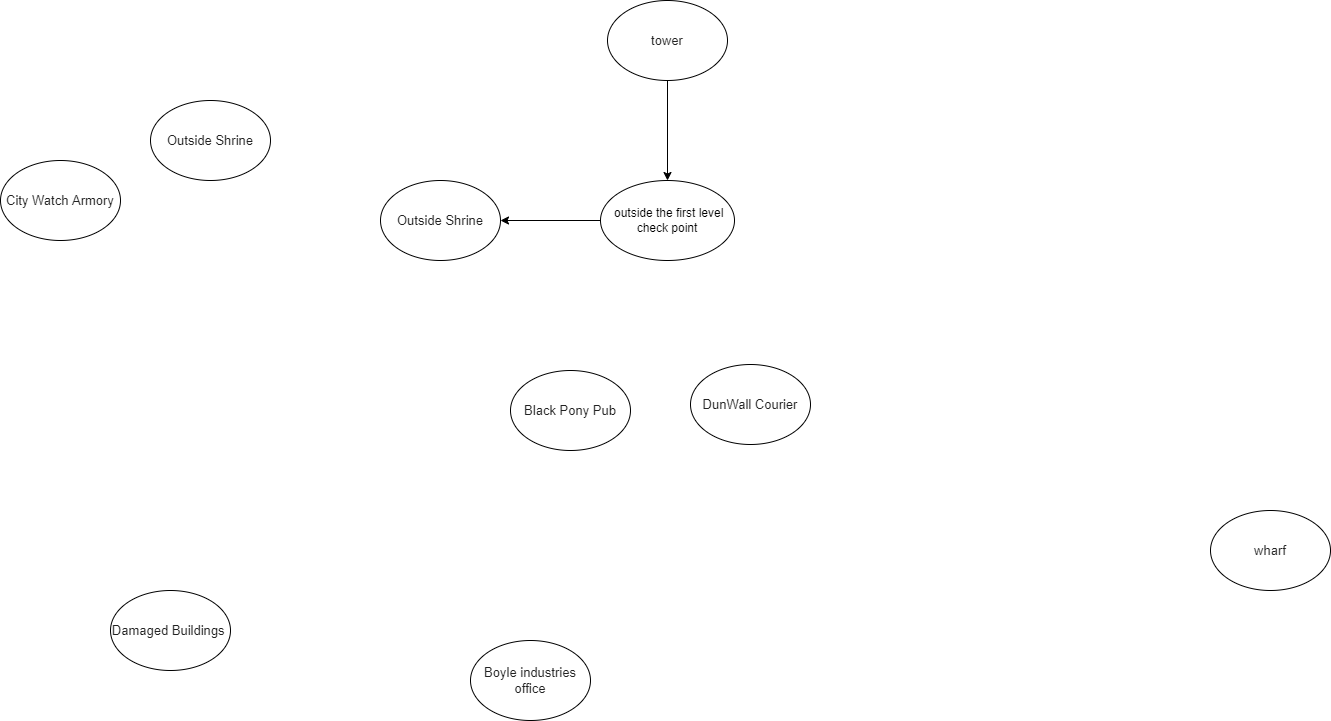
This is Dis2.drawio.png from forthegame/ANU2024, a draw.io export, as it was before one commit. Source tidied: cells renumbered, new cells last; positions are measured from the earlier drawing's top-left corner, leaving out a move shared by most shapes.
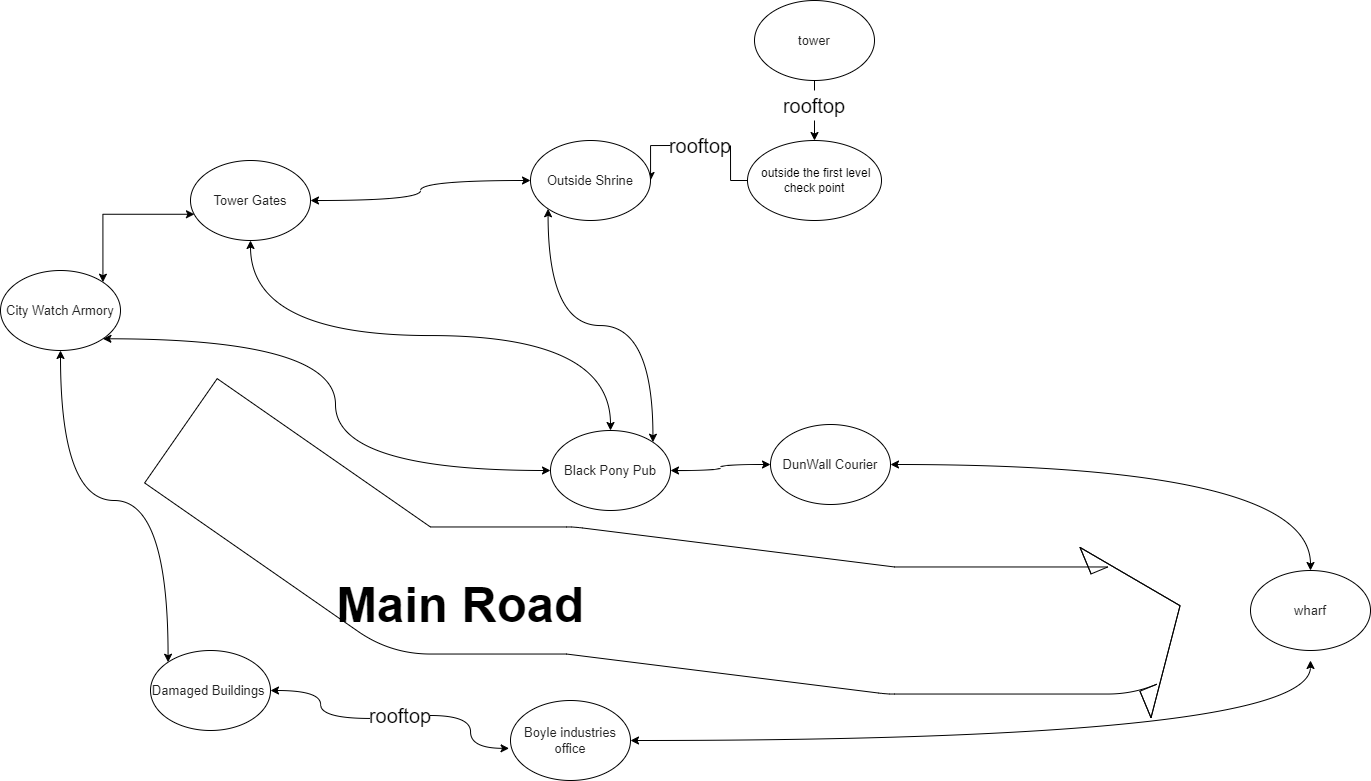
The same file after the commit.

Change to the diagram source:
```diff
@@ -2,41 +2,110 @@
   <root>
     <mxCell id="0" />
     <mxCell id="1" parent="0" />
-    <mxCell id="2" style="edgeStyle=orthogonalEdgeStyle;rounded=0;jettySize=auto;html=1;exitX=0.5;exitY=1;exitDx=0;exitDy=0;entryX=0.5;entryY=0;entryDx=0;entryDy=0;" parent="1" edge="1" source="3" target="5">
+    <mxCell id="2" style="edgeStyle=orthogonalEdgeStyle;rounded=0;jettySize=auto;html=1;exitX=0.5;exitY=1;exitDx=0;exitDy=0;entryX=0.5;entryY=0;entryDx=0;entryDy=0;startArrow=none;" parent="1" edge="1" source="28" target="5">
       <mxGeometry relative="1" as="geometry" />
     </mxCell>
     <mxCell id="3" value="&lt;span style=&quot;color: rgb(34 , 34 , 34) ; font-family: &amp;#34;arial&amp;#34; , sans-serif ; font-size: 13px ; background-color: rgb(255 , 255 , 255)&quot;&gt;tower&lt;/span&gt;" style="ellipse;whiteSpace=wrap;html=1;" parent="1" vertex="1">
-      <mxGeometry x="607" width="120" height="80" as="geometry" />
+      <mxGeometry x="714" y="-60" width="120" height="80" as="geometry" />
     </mxCell>
-    <mxCell id="4" style="edgeStyle=orthogonalEdgeStyle;rounded=0;jettySize=auto;html=1;exitX=0;exitY=0.5;exitDx=0;exitDy=0;entryX=1;entryY=0.5;entryDx=0;entryDy=0;" parent="1" edge="1" source="5" target="6">
+    <mxCell id="4" style="edgeStyle=orthogonalEdgeStyle;rounded=0;jettySize=auto;html=1;exitX=0;exitY=0.5;exitDx=0;exitDy=0;entryX=1;entryY=0.5;entryDx=0;entryDy=0;startArrow=none;" parent="1" edge="1" source="26" target="6">
       <mxGeometry relative="1" as="geometry" />
     </mxCell>
     <mxCell id="5" value="&amp;nbsp;outside the first level check point" style="ellipse;whiteSpace=wrap;html=1;" parent="1" vertex="1">
-      <mxGeometry x="600" y="180" width="134" height="80" as="geometry" />
+      <mxGeometry x="707" y="80" width="134" height="80" as="geometry" />
     </mxCell>
+    <mxCell id="14" style="edgeStyle=orthogonalEdgeStyle;curved=1;jettySize=auto;html=1;exitX=0;exitY=1;exitDx=0;exitDy=0;entryX=1;entryY=0;entryDx=0;entryDy=0;startArrow=classic;startFill=1;endArrow=classic;endFill=1;" parent="1" edge="1" source="6" target="9">
+      <mxGeometry relative="1" as="geometry" />
+    </mxCell>
+    <mxCell id="15" style="edgeStyle=orthogonalEdgeStyle;curved=1;jettySize=auto;html=1;exitX=0;exitY=0.5;exitDx=0;exitDy=0;entryX=1;entryY=0.5;entryDx=0;entryDy=0;startArrow=classic;startFill=1;endArrow=classic;endFill=1;" parent="1" edge="1" source="6" target="7">
+      <mxGeometry relative="1" as="geometry" />
+    </mxCell>
     <mxCell id="6" value="&lt;font color=&quot;#222222&quot; face=&quot;arial, sans-serif&quot;&gt;&lt;span style=&quot;font-size: 13px ; background-color: rgb(255 , 255 , 255)&quot;&gt;Outside Shrine&lt;/span&gt;&lt;/font&gt;" style="ellipse;whiteSpace=wrap;html=1;" parent="1" vertex="1">
-      <mxGeometry x="380" y="180" width="120" height="80" as="geometry" />
+      <mxGeometry x="490" y="80" width="120" height="80" as="geometry" />
     </mxCell>
+    <mxCell id="16" style="edgeStyle=orthogonalEdgeStyle;jettySize=auto;html=1;exitX=0.5;exitY=1;exitDx=0;exitDy=0;entryX=0.5;entryY=0;entryDx=0;entryDy=0;startArrow=classic;startFill=1;endArrow=classic;endFill=1;curved=1;" parent="1" edge="1" source="7" target="9">
+      <mxGeometry relative="1" as="geometry" />
+    </mxCell>
-    <mxCell id="7" value="&lt;font color=&quot;#222222&quot; face=&quot;arial, sans-serif&quot;&gt;&lt;span style=&quot;font-size: 13px ; background-color: rgb(255 , 255 , 255)&quot;&gt;Outside Shrine&lt;/span&gt;&lt;/font&gt;" style="ellipse;whiteSpace=wrap;html=1;" parent="1" vertex="1">
+    <mxCell id="7" value="&lt;font color=&quot;#222222&quot; face=&quot;arial, sans-serif&quot;&gt;&lt;span style=&quot;font-size: 13px ; background-color: rgb(255 , 255 , 255)&quot;&gt;Tower Gates&lt;/span&gt;&lt;/font&gt;" style="ellipse;whiteSpace=wrap;html=1;" parent="1" vertex="1">
       <mxGeometry x="150" y="100" width="120" height="80" as="geometry" />
     </mxCell>
+    <mxCell id="17" style="edgeStyle=orthogonalEdgeStyle;rounded=0;jettySize=auto;html=1;exitX=1;exitY=0;exitDx=0;exitDy=0;entryX=0.033;entryY=0.672;entryDx=0;entryDy=0;entryPerimeter=0;endArrow=classic;endFill=1;startArrow=classic;startFill=1;" parent="1" edge="1" source="8" target="7">
+      <mxGeometry relative="1" as="geometry">
+        <Array as="points">
+          <mxPoint x="62" y="154" />
+        </Array>
+      </mxGeometry>
+    </mxCell>
+    <mxCell id="18" style="edgeStyle=orthogonalEdgeStyle;curved=1;jettySize=auto;html=1;exitX=1;exitY=1;exitDx=0;exitDy=0;entryX=0;entryY=0.5;entryDx=0;entryDy=0;startArrow=classic;startFill=1;endArrow=classic;endFill=1;" parent="1" edge="1" source="8" target="9">
+      <mxGeometry relative="1" as="geometry" />
+    </mxCell>
+    <mxCell id="19" style="edgeStyle=orthogonalEdgeStyle;curved=1;jettySize=auto;html=1;exitX=0.5;exitY=1;exitDx=0;exitDy=0;entryX=0;entryY=0;entryDx=0;entryDy=0;startArrow=classic;startFill=1;endArrow=classic;endFill=1;" parent="1" edge="1" source="8" target="13">
+      <mxGeometry relative="1" as="geometry" />
+    </mxCell>
     <mxCell id="8" value="&lt;font color=&quot;#222222&quot; face=&quot;arial, sans-serif&quot;&gt;&lt;span style=&quot;font-size: 13px ; background-color: rgb(255 , 255 , 255)&quot;&gt;City Watch Armory&lt;/span&gt;&lt;/font&gt;" style="ellipse;whiteSpace=wrap;html=1;" parent="1" vertex="1">
-      <mxGeometry y="160" width="120" height="80" as="geometry" />
+      <mxGeometry x="-40" y="210" width="120" height="80" as="geometry" />
     </mxCell>
+    <mxCell id="20" style="edgeStyle=orthogonalEdgeStyle;curved=1;jettySize=auto;html=1;exitX=1;exitY=0.5;exitDx=0;exitDy=0;entryX=0;entryY=0.5;entryDx=0;entryDy=0;startArrow=classic;startFill=1;endArrow=classic;endFill=1;" parent="1" edge="1" source="9" target="12">
+      <mxGeometry relative="1" as="geometry" />
+    </mxCell>
     <mxCell id="9" value="&lt;font color=&quot;#222222&quot; face=&quot;arial, sans-serif&quot;&gt;&lt;span style=&quot;font-size: 13px ; background-color: rgb(255 , 255 , 255)&quot;&gt;Black Pony Pub&lt;/span&gt;&lt;/font&gt;" style="ellipse;whiteSpace=wrap;html=1;fontStyle=0;" parent="1" vertex="1">
       <mxGeometry x="510" y="370" width="120" height="80" as="geometry" />
     </mxCell>
+    <mxCell id="21" style="edgeStyle=orthogonalEdgeStyle;curved=1;jettySize=auto;html=1;exitX=1;exitY=0.5;exitDx=0;exitDy=0;startArrow=classic;startFill=1;endArrow=classic;endFill=1;" parent="1" edge="1" source="10">
+      <mxGeometry relative="1" as="geometry">
+        <mxPoint x="1270" y="600" as="targetPoint" />
+      </mxGeometry>
+    </mxCell>
     <mxCell id="10" value="&lt;font color=&quot;#222222&quot; face=&quot;arial, sans-serif&quot;&gt;&lt;span style=&quot;font-size: 13px ; background-color: rgb(255 , 255 , 255)&quot;&gt;Boyle industries office&lt;/span&gt;&lt;/font&gt;" style="ellipse;whiteSpace=wrap;html=1;" parent="1" vertex="1">
       <mxGeometry x="470" y="640" width="120" height="80" as="geometry" />
     </mxCell>
     <mxCell id="11" value="&lt;font color=&quot;#222222&quot; face=&quot;arial, sans-serif&quot;&gt;&lt;span style=&quot;font-size: 13px&quot;&gt;wharf&lt;/span&gt;&lt;/font&gt;" style="ellipse;whiteSpace=wrap;html=1;fontStyle=0;" parent="1" vertex="1">
       <mxGeometry x="1210" y="510" width="120" height="80" as="geometry" />
     </mxCell>
+    <mxCell id="22" style="edgeStyle=orthogonalEdgeStyle;curved=1;jettySize=auto;html=1;exitX=1;exitY=0.5;exitDx=0;exitDy=0;startArrow=classic;startFill=1;endArrow=classic;endFill=1;" parent="1" edge="1" source="12" target="11">
+      <mxGeometry relative="1" as="geometry" />
+    </mxCell>
     <mxCell id="12" value="&lt;font color=&quot;#222222&quot; face=&quot;arial, sans-serif&quot;&gt;&lt;span style=&quot;font-size: 13px ; background-color: rgb(255 , 255 , 255)&quot;&gt;DunWall Courier&lt;/span&gt;&lt;/font&gt;" style="ellipse;whiteSpace=wrap;html=1;fontStyle=0;" parent="1" vertex="1">
-      <mxGeometry x="690" y="364" width="120" height="80" as="geometry" />
+      <mxGeometry x="730" y="364" width="120" height="80" as="geometry" />
     </mxCell>
+    <mxCell id="23" style="edgeStyle=orthogonalEdgeStyle;curved=1;jettySize=auto;html=1;exitX=1;exitY=0.5;exitDx=0;exitDy=0;entryX=-0.012;entryY=0.598;entryDx=0;entryDy=0;entryPerimeter=0;startArrow=none;startFill=1;endArrow=classic;endFill=1;" parent="1" edge="1" source="30" target="10">
+      <mxGeometry relative="1" as="geometry" />
+    </mxCell>
     <mxCell id="13" value="&lt;font color=&quot;#222222&quot; face=&quot;arial, sans-serif&quot;&gt;&lt;span style=&quot;background-color: rgb(255 , 255 , 255)&quot;&gt;&lt;span style=&quot;font-size: 13px&quot;&gt;Damaged&amp;nbsp;Buildings&amp;nbsp;&lt;/span&gt;&lt;/span&gt;&lt;/font&gt;" style="ellipse;whiteSpace=wrap;html=1;" parent="1" vertex="1">
       <mxGeometry x="110" y="590" width="120" height="80" as="geometry" />
     </mxCell>
+    <mxCell id="24" style="shape=flexArrow;endArrow=classic;html=1;curved=1;endWidth=56.470588235294116;endSize=22.96470588235294;width=127.05882352941177;startArrow=none;" parent="1" edge="1">
+      <mxGeometry relative="1" as="geometry">
+        <mxPoint x="140" y="370" as="sourcePoint" />
+        <mxPoint x="1140" y="545" as="targetPoint" />
+        <Array as="points">
+          <mxPoint x="370" y="530" />
+          <mxPoint x="530" y="530" />
+          <mxPoint x="850" y="570" />
+          <mxPoint x="1080" y="570" />
+        </Array>
+      </mxGeometry>
+    </mxCell>
+    <mxCell id="25" value="&lt;b&gt;&lt;font style=&quot;font-size: 49px&quot;&gt;Main Road&lt;/font&gt;&lt;/b&gt;" style="text;html=1;strokeColor=none;fillColor=none;align=center;verticalAlign=middle;whiteSpace=wrap;rounded=0;" parent="1" vertex="1">
+      <mxGeometry x="270" y="500" width="300" height="90" as="geometry" />
+    </mxCell>
+    <mxCell id="26" value="rooftop" style="text;html=1;strokeColor=none;fillColor=none;align=center;verticalAlign=middle;whiteSpace=wrap;rounded=0;fontSize=20;" parent="1" vertex="1">
+      <mxGeometry x="630" y="70" width="60" height="30" as="geometry" />
+    </mxCell>
+    <mxCell id="27" style="edgeStyle=orthogonalEdgeStyle;rounded=0;jettySize=auto;html=1;exitX=0;exitY=0.5;exitDx=0;exitDy=0;entryX=1;entryY=0.5;entryDx=0;entryDy=0;endArrow=none;" parent="1" edge="1" source="5" target="26">
+      <mxGeometry relative="1" as="geometry" />
+    </mxCell>
+    <mxCell id="28" value="rooftop" style="text;html=1;strokeColor=none;fillColor=none;align=center;verticalAlign=middle;whiteSpace=wrap;rounded=0;fontSize=20;" parent="1" vertex="1">
+      <mxGeometry x="744" y="30" width="60" height="30" as="geometry" />
+    </mxCell>
+    <mxCell id="29" style="edgeStyle=orthogonalEdgeStyle;rounded=0;jettySize=auto;html=1;exitX=0.5;exitY=1;exitDx=0;exitDy=0;entryX=0.5;entryY=0;entryDx=0;entryDy=0;endArrow=none;" parent="1" edge="1" source="3" target="28">
+      <mxGeometry relative="1" as="geometry" />
+    </mxCell>
+    <mxCell id="30" value="rooftop" style="text;html=1;strokeColor=none;fillColor=none;align=center;verticalAlign=middle;whiteSpace=wrap;rounded=0;fontSize=20;" parent="1" vertex="1">
+      <mxGeometry x="330" y="640" width="60" height="30" as="geometry" />
+    </mxCell>
+    <mxCell id="31" style="edgeStyle=orthogonalEdgeStyle;curved=1;jettySize=auto;html=1;exitX=1;exitY=0.5;exitDx=0;exitDy=0;entryX=-0.012;entryY=0.598;entryDx=0;entryDy=0;entryPerimeter=0;startArrow=classic;startFill=1;endArrow=none;endFill=1;" parent="1" edge="1" source="13" target="30">
+      <mxGeometry relative="1" as="geometry" />
+    </mxCell>
   </root>
 </mxGraphModel>
```
